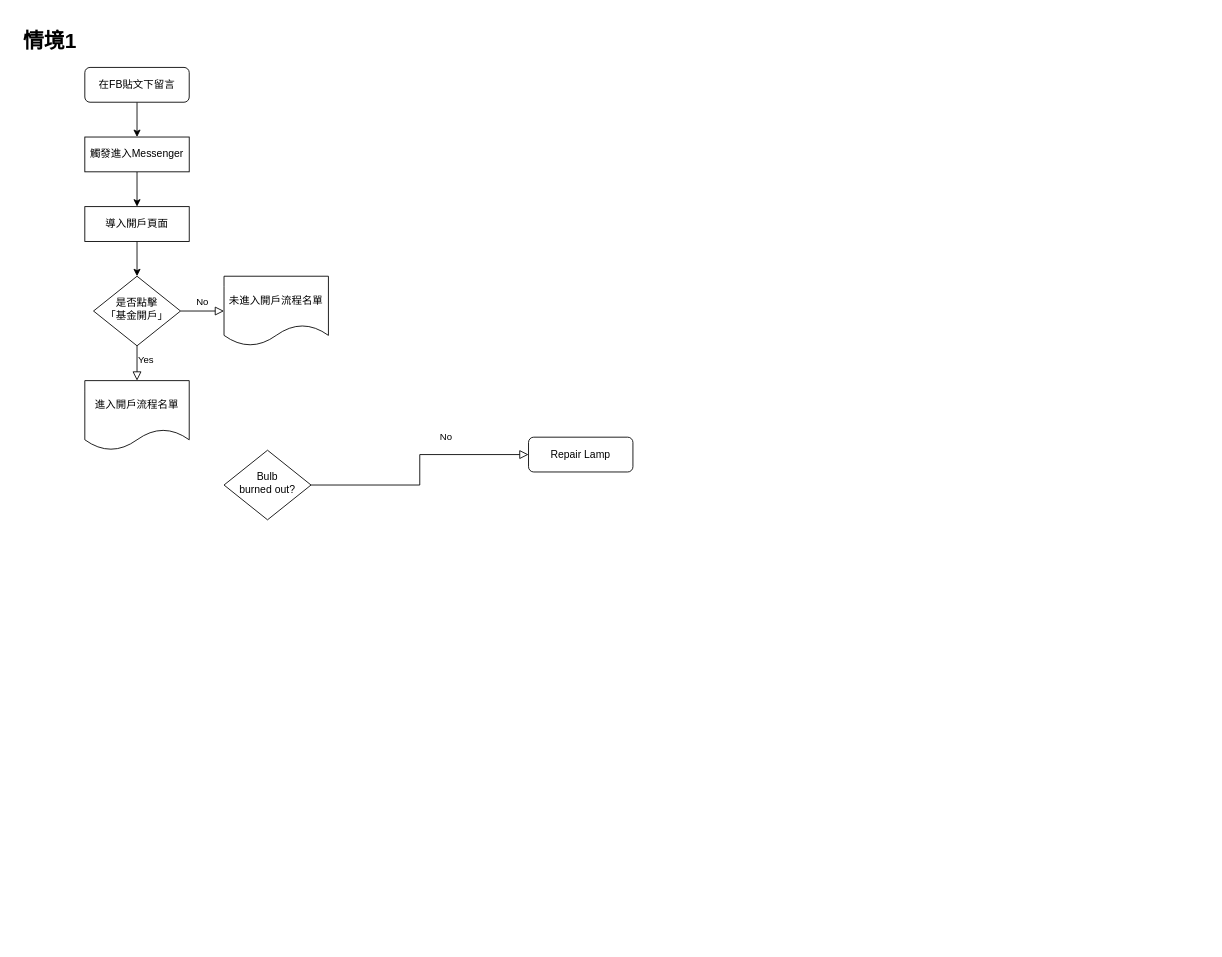
julie-b05302301/diagram.io keeps this draw.io diagram as 富蘭克林專案_顧客旅程圖.drawio. Above is the earlier version. Source tidied: cells renumbered, new cells numbered last; positions are measured from the earlier drawing's top-left corner, leaving out a move shared by most shapes. Both pictures are drawn from the tidied source at 87%, with x=0, y=0 at pixel (15, 23).
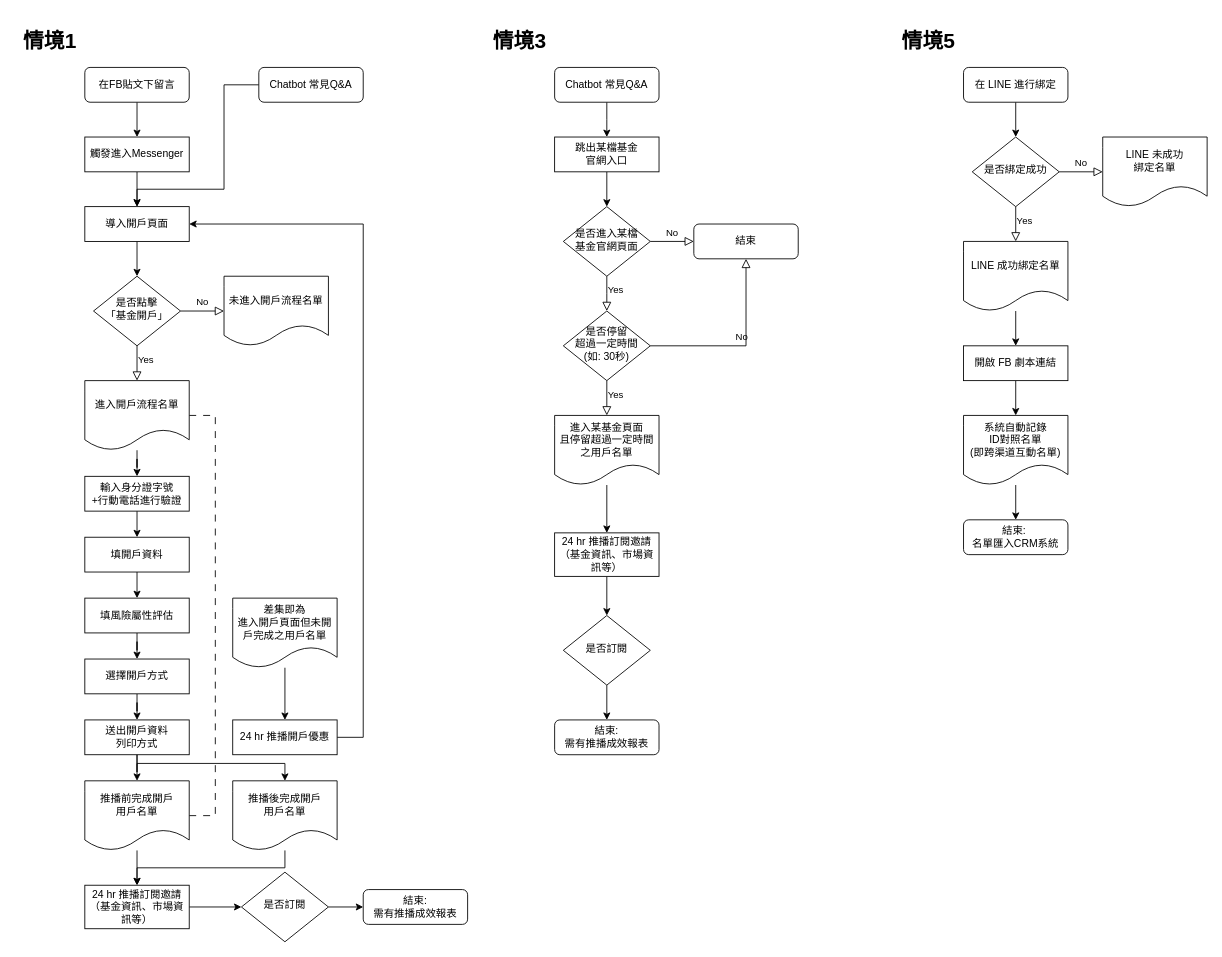
The same diagram, later.

Commit message (it also covers changes not shown here):
更新富蘭克林專案_顧客旅程圖.drawio

Unchanged cells that the change refers to:
```xml
<mxCell id="12" value="導入開戶頁面" style="rounded=0;whiteSpace=wrap;html=1;" parent="1" vertex="1">
  <mxGeometry x="80" y="210" width="120" height="40" as="geometry" />
</mxCell>
<mxCell id="16" value="進入開戶流程名單" style="shape=document;whiteSpace=wrap;html=1;boundedLbl=1;" parent="1" vertex="1">
  <mxGeometry x="80" y="410" width="120" height="80" as="geometry" />
</mxCell>
```

What changed in the source:
```diff
@@
-    <mxCell id="5" value="No" style="rounded=0;html=1;jettySize=auto;fontSize=11;endArrow=block;endFill=0;endSize=8;strokeWidth=1;shadow=0;labelBackgroundColor=none;edgeStyle=orthogonalEdgeStyle;" parent="1" edge="1" source="7" target="8">
-      <mxGeometry x="0.33" y="20" relative="1" as="geometry" />
-    </mxCell>
@@
-    <mxCell id="7" value="Bulb&lt;br&gt;burned out?" style="rhombus;whiteSpace=wrap;html=1;shadow=0;fontFamily=Helvetica;fontSize=12;align=center;strokeWidth=1;spacing=6;spacingTop=-4;" parent="1" vertex="1">
-      <mxGeometry x="240" y="490" width="100" height="80" as="geometry" />
-    </mxCell>
-    <mxCell id="8" value="Repair Lamp" style="rounded=1;whiteSpace=wrap;html=1;fontSize=12;glass=0;strokeWidth=1;shadow=0;" parent="1" vertex="1">
-      <mxGeometry x="590" y="475" width="120" height="40" as="geometry" />
-    </mxCell>
@@
+    <mxCell id="17" style="edgeStyle=orthogonalEdgeStyle;rounded=0;jettySize=auto;html=1;entryX=0.5;entryY=0;entryDx=0;entryDy=0;" parent="1" edge="1" source="16" target="22">
+      <mxGeometry relative="1" as="geometry" />
+    </mxCell>
+    <mxCell id="18" style="edgeStyle=orthogonalEdgeStyle;rounded=0;jettySize=auto;html=1;entryX=1;entryY=0.5;entryDx=0;entryDy=0;dashed=1;dashPattern=8 8;endArrow=none;endFill=0;" parent="1" edge="1" source="16" target="32">
+      <mxGeometry relative="1" as="geometry">
+        <Array as="points">
+          <mxPoint x="230" y="450" />
+          <mxPoint x="230" y="910" />
+        </Array>
+      </mxGeometry>
+    </mxCell>
@@
+    <mxCell id="19" style="edgeStyle=orthogonalEdgeStyle;rounded=0;jettySize=auto;html=1;entryX=0.5;entryY=0;entryDx=0;entryDy=0;" parent="1" edge="1" source="20" target="12">
+      <mxGeometry relative="1" as="geometry">
+        <Array as="points">
+          <mxPoint x="240" y="70" />
+          <mxPoint x="240" y="190" />
+          <mxPoint x="140" y="190" />
+        </Array>
+      </mxGeometry>
+    </mxCell>
+    <mxCell id="20" value="Chatbot 常見Q&amp;amp;A" style="rounded=1;whiteSpace=wrap;html=1;fontSize=12;glass=0;strokeWidth=1;shadow=0;" parent="1" vertex="1">
+      <mxGeometry x="280" y="50" width="120" height="40" as="geometry" />
+    </mxCell>
+    <mxCell id="21" style="edgeStyle=orthogonalEdgeStyle;rounded=0;jettySize=auto;html=1;exitX=0.5;exitY=1;exitDx=0;exitDy=0;entryX=0.5;entryY=0;entryDx=0;entryDy=0;" parent="1" edge="1" source="22" target="24">
+      <mxGeometry relative="1" as="geometry" />
+    </mxCell>
+    <mxCell id="22" value="輸入身分證字號&lt;br&gt;+行動電話進行驗證" style="rounded=0;whiteSpace=wrap;html=1;" parent="1" vertex="1">
+      <mxGeometry x="80" y="520" width="120" height="40" as="geometry" />
+    </mxCell>
+    <mxCell id="23" style="edgeStyle=orthogonalEdgeStyle;rounded=0;jettySize=auto;html=1;exitX=0.5;exitY=1;exitDx=0;exitDy=0;entryX=0.5;entryY=0;entryDx=0;entryDy=0;" parent="1" edge="1" source="24" target="26">
+      <mxGeometry relative="1" as="geometry" />
+    </mxCell>
+    <mxCell id="24" value="填開戶資料" style="rounded=0;whiteSpace=wrap;html=1;" parent="1" vertex="1">
+      <mxGeometry x="80" y="590" width="120" height="40" as="geometry" />
+    </mxCell>
+    <mxCell id="25" style="edgeStyle=orthogonalEdgeStyle;rounded=0;jettySize=auto;html=1;exitX=0.5;exitY=1;exitDx=0;exitDy=0;" parent="1" edge="1" source="26" target="28">
+      <mxGeometry relative="1" as="geometry" />
+    </mxCell>
+    <mxCell id="26" value="填風險屬性評估" style="rounded=0;whiteSpace=wrap;html=1;" parent="1" vertex="1">
+      <mxGeometry x="80" y="660" width="120" height="40" as="geometry" />
+    </mxCell>
+    <mxCell id="27" style="edgeStyle=orthogonalEdgeStyle;rounded=0;jettySize=auto;html=1;entryX=0.5;entryY=0;entryDx=0;entryDy=0;" parent="1" edge="1" source="28" target="30">
+      <mxGeometry relative="1" as="geometry" />
+    </mxCell>
+    <mxCell id="28" value="選擇開戶方式" style="rounded=0;whiteSpace=wrap;html=1;" parent="1" vertex="1">
+      <mxGeometry x="80" y="730" width="120" height="40" as="geometry" />
+    </mxCell>
+    <mxCell id="29" style="edgeStyle=orthogonalEdgeStyle;rounded=0;jettySize=auto;html=1;" parent="1" edge="1" source="30" target="32">
+      <mxGeometry relative="1" as="geometry" />
+    </mxCell>
+    <mxCell id="30" value="送出開戶資料&lt;br&gt;列印方式" style="rounded=0;whiteSpace=wrap;html=1;" parent="1" vertex="1">
+      <mxGeometry x="80" y="800" width="120" height="40" as="geometry" />
+    </mxCell>
+    <mxCell id="31" style="edgeStyle=orthogonalEdgeStyle;rounded=0;jettySize=auto;html=1;startArrow=none;startFill=0;endArrow=classic;endFill=1;" parent="1" edge="1" source="32" target="53">
+      <mxGeometry relative="1" as="geometry" />
+    </mxCell>
+    <mxCell id="32" value="推播前完成開戶&lt;br&gt;用戶名單" style="shape=document;whiteSpace=wrap;html=1;boundedLbl=1;" parent="1" vertex="1">
+      <mxGeometry x="80" y="870" width="120" height="80" as="geometry" />
+    </mxCell>
+    <mxCell id="33" value="&lt;h1&gt;情境3&lt;/h1&gt;" style="text;html=1;strokeColor=none;fillColor=none;spacing=5;spacingTop=-20;whiteSpace=wrap;overflow=hidden;rounded=0;align=center;" parent="1" vertex="1">
+      <mxGeometry x="540" width="80" height="40" as="geometry" />
+    </mxCell>
+    <mxCell id="34" style="edgeStyle=orthogonalEdgeStyle;rounded=0;jettySize=auto;html=1;endArrow=classic;endFill=1;startArrow=none;startFill=0;" parent="1" edge="1" source="35">
+      <mxGeometry relative="1" as="geometry">
+        <mxPoint x="680" y="130" as="targetPoint" />
+      </mxGeometry>
+    </mxCell>
+    <mxCell id="35" value="Chatbot 常見Q&amp;amp;A" style="rounded=1;whiteSpace=wrap;html=1;fontSize=12;glass=0;strokeWidth=1;shadow=0;" parent="1" vertex="1">
+      <mxGeometry x="620" y="50" width="120" height="40" as="geometry" />
+    </mxCell>
+    <mxCell id="36" style="edgeStyle=orthogonalEdgeStyle;rounded=0;jettySize=auto;html=1;startArrow=none;startFill=0;endArrow=classic;endFill=1;" parent="1" edge="1" source="37" target="38">
+      <mxGeometry relative="1" as="geometry" />
+    </mxCell>
+    <mxCell id="37" value="跳出某檔基金&lt;br&gt;官網入口" style="rounded=0;whiteSpace=wrap;html=1;" parent="1" vertex="1">
+      <mxGeometry x="620" y="130" width="120" height="40" as="geometry" />
+    </mxCell>
+    <mxCell id="38" value="是否進入某檔&lt;br&gt;基金官網頁面" style="rhombus;whiteSpace=wrap;html=1;shadow=0;fontFamily=Helvetica;fontSize=12;align=center;strokeWidth=1;spacing=6;spacingTop=-4;" parent="1" vertex="1">
+      <mxGeometry x="630" y="210" width="100" height="80" as="geometry" />
+    </mxCell>
+    <mxCell id="39" value="是否停留&lt;br&gt;超過一定時間&lt;br&gt;(如: 30秒)" style="rhombus;whiteSpace=wrap;html=1;shadow=0;fontFamily=Helvetica;fontSize=12;align=center;strokeWidth=1;spacing=6;spacingTop=-4;" parent="1" vertex="1">
+      <mxGeometry x="630" y="330" width="100" height="80" as="geometry" />
+    </mxCell>
+    <mxCell id="40" value="Yes" style="edgeStyle=orthogonalEdgeStyle;rounded=0;html=1;jettySize=auto;fontSize=11;endArrow=block;endFill=0;endSize=8;strokeWidth=1;shadow=0;labelBackgroundColor=none;exitX=0.5;exitY=1;exitDx=0;exitDy=0;" parent="1" edge="1" source="38">
+      <mxGeometry x="-0.2" y="10" relative="1" as="geometry">
+        <mxPoint x="680" y="330" as="targetPoint" />
+      </mxGeometry>
+    </mxCell>
+    <mxCell id="41" value="No" style="edgeStyle=orthogonalEdgeStyle;rounded=0;html=1;jettySize=auto;fontSize=11;endArrow=block;endFill=0;endSize=8;strokeWidth=1;shadow=0;labelBackgroundColor=none;exitX=1;exitY=0.5;exitDx=0;exitDy=0;entryX=0;entryY=0.5;entryDx=0;entryDy=0;" parent="1" edge="1" source="38" target="42">
+      <mxGeometry y="10" relative="1" as="geometry" />
+    </mxCell>
+    <mxCell id="42" value="結束" style="rounded=1;whiteSpace=wrap;html=1;fontSize=12;glass=0;strokeWidth=1;shadow=0;" parent="1" vertex="1">
+      <mxGeometry x="780" y="230" width="120" height="40" as="geometry" />
+    </mxCell>
+    <mxCell id="43" value="Yes" style="edgeStyle=orthogonalEdgeStyle;rounded=0;html=1;jettySize=auto;fontSize=11;endArrow=block;endFill=0;endSize=8;strokeWidth=1;shadow=0;labelBackgroundColor=none;exitX=0.5;exitY=1;exitDx=0;exitDy=0;entryX=0.5;entryY=0;entryDx=0;entryDy=0;" parent="1" edge="1" source="39" target="46">
+      <mxGeometry x="-0.2" y="10" relative="1" as="geometry" />
+    </mxCell>
+    <mxCell id="44" value="No" style="edgeStyle=orthogonalEdgeStyle;rounded=0;html=1;jettySize=auto;fontSize=11;endArrow=block;endFill=0;endSize=8;strokeWidth=1;shadow=0;labelBackgroundColor=none;entryX=0.5;entryY=1;entryDx=0;entryDy=0;" parent="1" edge="1" source="39" target="42">
+      <mxGeometry y="10" relative="1" as="geometry" />
+    </mxCell>
+    <mxCell id="45" style="edgeStyle=orthogonalEdgeStyle;rounded=0;jettySize=auto;html=1;startArrow=none;startFill=0;endArrow=classic;endFill=1;" parent="1" edge="1" source="46" target="56">
+      <mxGeometry relative="1" as="geometry" />
+    </mxCell>
+    <mxCell id="46" value="進入某基金頁面&lt;br&gt;且停留超過一定時間&lt;br&gt;之用戶名單" style="shape=document;whiteSpace=wrap;html=1;boundedLbl=1;" parent="1" vertex="1">
+      <mxGeometry x="620" y="450" width="120" height="80" as="geometry" />
+    </mxCell>
+    <mxCell id="47" style="edgeStyle=orthogonalEdgeStyle;rounded=0;jettySize=auto;html=1;startArrow=none;startFill=0;endArrow=classic;endFill=1;" parent="1" edge="1" source="48" target="51">
+      <mxGeometry relative="1" as="geometry" />
+    </mxCell>
+    <mxCell id="48" value="差集即為&lt;br&gt;進入開戶頁面但未開戶完成之用戶名單" style="shape=document;whiteSpace=wrap;html=1;boundedLbl=1;" parent="1" vertex="1">
+      <mxGeometry x="250" y="660" width="120" height="80" as="geometry" />
+    </mxCell>
+    <mxCell id="49" style="edgeStyle=orthogonalEdgeStyle;rounded=0;jettySize=auto;html=1;startArrow=none;startFill=0;endArrow=classic;endFill=1;" parent="1" edge="1" source="51" target="12">
+      <mxGeometry relative="1" as="geometry">
+        <Array as="points">
+          <mxPoint x="400" y="820" />
+          <mxPoint x="400" y="230" />
+        </Array>
+      </mxGeometry>
+    </mxCell>
+    <mxCell id="50" style="edgeStyle=orthogonalEdgeStyle;rounded=0;jettySize=auto;html=1;startArrow=none;startFill=0;endArrow=classic;endFill=1;" parent="1" edge="1" source="30" target="75">
+      <mxGeometry relative="1" as="geometry">
+        <Array as="points">
+          <mxPoint x="140" y="850" />
+          <mxPoint x="310" y="850" />
+        </Array>
+      </mxGeometry>
+    </mxCell>
+    <mxCell id="51" value="24 hr 推播開戶優惠" style="rounded=0;whiteSpace=wrap;html=1;" parent="1" vertex="1">
+      <mxGeometry x="250" y="800" width="120" height="40" as="geometry" />
+    </mxCell>
+    <mxCell id="52" style="edgeStyle=orthogonalEdgeStyle;rounded=0;jettySize=auto;html=1;startArrow=none;startFill=0;endArrow=classic;endFill=1;" parent="1" edge="1" source="53" target="73">
+      <mxGeometry relative="1" as="geometry" />
+    </mxCell>
+    <mxCell id="53" value="24 hr 推播訂閱邀請（基金資訊、市場資訊等）" style="rounded=0;whiteSpace=wrap;html=1;" parent="1" vertex="1">
+      <mxGeometry x="80" y="990" width="120" height="50" as="geometry" />
+    </mxCell>
+    <mxCell id="54" value="結束: &lt;br&gt;需有推播成效報表" style="rounded=1;whiteSpace=wrap;html=1;fontSize=12;glass=0;strokeWidth=1;shadow=0;" parent="1" vertex="1">
+      <mxGeometry x="400" y="995" width="120" height="40" as="geometry" />
+    </mxCell>
+    <mxCell id="55" style="edgeStyle=orthogonalEdgeStyle;rounded=0;jettySize=auto;html=1;startArrow=none;startFill=0;endArrow=classic;endFill=1;" parent="1" edge="1" source="56" target="77">
+      <mxGeometry relative="1" as="geometry" />
+    </mxCell>
+    <mxCell id="56" value="24 hr 推播訂閱邀請（基金資訊、市場資訊等）" style="rounded=0;whiteSpace=wrap;html=1;" parent="1" vertex="1">
+      <mxGeometry x="620" y="585" width="120" height="50" as="geometry" />
+    </mxCell>
+    <mxCell id="57" value="結束: &lt;br&gt;需有推播成效報表" style="rounded=1;whiteSpace=wrap;html=1;fontSize=12;glass=0;strokeWidth=1;shadow=0;" parent="1" vertex="1">
+      <mxGeometry x="620" y="800" width="120" height="40" as="geometry" />
+    </mxCell>
+    <mxCell id="58" value="&lt;h1&gt;情境5&lt;/h1&gt;" style="text;html=1;strokeColor=none;fillColor=none;spacing=5;spacingTop=-20;whiteSpace=wrap;overflow=hidden;rounded=0;align=center;" parent="1" vertex="1">
+      <mxGeometry x="1010" width="80" height="40" as="geometry" />
+    </mxCell>
+    <mxCell id="59" style="edgeStyle=orthogonalEdgeStyle;rounded=0;jettySize=auto;html=1;startArrow=none;startFill=0;endArrow=classic;endFill=1;entryX=0.5;entryY=0;entryDx=0;entryDy=0;" parent="1" edge="1" source="60" target="65">
+      <mxGeometry relative="1" as="geometry" />
+    </mxCell>
+    <mxCell id="60" value="在 LINE 進行綁定" style="rounded=1;whiteSpace=wrap;html=1;fontSize=12;glass=0;strokeWidth=1;shadow=0;" parent="1" vertex="1">
+      <mxGeometry x="1090" y="50" width="120" height="40" as="geometry" />
+    </mxCell>
+    <mxCell id="61" style="edgeStyle=orthogonalEdgeStyle;rounded=0;jettySize=auto;html=1;startArrow=none;startFill=0;endArrow=classic;endFill=1;" parent="1" edge="1" source="62" target="64">
+      <mxGeometry relative="1" as="geometry" />
+    </mxCell>
+    <mxCell id="62" value="開啟 FB 劇本連結" style="rounded=0;whiteSpace=wrap;html=1;" parent="1" vertex="1">
+      <mxGeometry x="1090" y="370" width="120" height="40" as="geometry" />
+    </mxCell>
+    <mxCell id="63" style="edgeStyle=orthogonalEdgeStyle;rounded=0;jettySize=auto;html=1;startArrow=none;startFill=0;endArrow=classic;endFill=1;" parent="1" edge="1" source="64" target="70">
+      <mxGeometry relative="1" as="geometry" />
+    </mxCell>
+    <mxCell id="64" value="系統自動記錄&lt;br&gt;ID對照名單&lt;br&gt;(即跨渠道互動名單)" style="shape=document;whiteSpace=wrap;html=1;boundedLbl=1;" parent="1" vertex="1">
+      <mxGeometry x="1090" y="450" width="120" height="80" as="geometry" />
+    </mxCell>
+    <mxCell id="65" value="是否綁定成功" style="rhombus;whiteSpace=wrap;html=1;shadow=0;fontFamily=Helvetica;fontSize=12;align=center;strokeWidth=1;spacing=6;spacingTop=-4;" parent="1" vertex="1">
+      <mxGeometry x="1100" y="130" width="100" height="80" as="geometry" />
+    </mxCell>
+    <mxCell id="66" style="edgeStyle=orthogonalEdgeStyle;rounded=0;jettySize=auto;html=1;startArrow=none;startFill=0;endArrow=classic;endFill=1;" parent="1" edge="1" source="67" target="62">
+      <mxGeometry relative="1" as="geometry" />
+    </mxCell>
+    <mxCell id="67" value="LINE 成功綁定名單" style="shape=document;whiteSpace=wrap;html=1;boundedLbl=1;" parent="1" vertex="1">
+      <mxGeometry x="1090" y="250" width="120" height="80" as="geometry" />
+    </mxCell>
+    <mxCell id="68" value="Yes" style="edgeStyle=orthogonalEdgeStyle;rounded=0;html=1;jettySize=auto;fontSize=11;endArrow=block;endFill=0;endSize=8;strokeWidth=1;shadow=0;labelBackgroundColor=none;exitX=0.5;exitY=1;exitDx=0;exitDy=0;entryX=0.5;entryY=0;entryDx=0;entryDy=0;" parent="1" edge="1" source="65" target="67">
+      <mxGeometry x="-0.2" y="10" relative="1" as="geometry" />
+    </mxCell>
+    <mxCell id="69" value="No" style="edgeStyle=orthogonalEdgeStyle;rounded=0;html=1;jettySize=auto;fontSize=11;endArrow=block;endFill=0;endSize=8;strokeWidth=1;shadow=0;labelBackgroundColor=none;exitX=1;exitY=0.5;exitDx=0;exitDy=0;entryX=0;entryY=0.5;entryDx=0;entryDy=0;" parent="1" edge="1" source="65" target="71">
+      <mxGeometry y="10" relative="1" as="geometry" />
+    </mxCell>
+    <mxCell id="70" value="結束:&amp;nbsp;&lt;br&gt;名單匯入CRM系統" style="rounded=1;whiteSpace=wrap;html=1;fontSize=12;glass=0;strokeWidth=1;shadow=0;" parent="1" vertex="1">
+      <mxGeometry x="1090" y="570" width="120" height="40" as="geometry" />
+    </mxCell>
+    <mxCell id="71" value="LINE 未成功&lt;br&gt;綁定名單" style="shape=document;whiteSpace=wrap;html=1;boundedLbl=1;" parent="1" vertex="1">
+      <mxGeometry x="1250" y="130" width="120" height="80" as="geometry" />
+    </mxCell>
+    <mxCell id="72" style="edgeStyle=orthogonalEdgeStyle;rounded=0;jettySize=auto;html=1;startArrow=none;startFill=0;endArrow=classic;endFill=1;" parent="1" edge="1" source="73" target="54">
+      <mxGeometry relative="1" as="geometry" />
+    </mxCell>
+    <mxCell id="73" value="是否訂閱" style="rhombus;whiteSpace=wrap;html=1;shadow=0;fontFamily=Helvetica;fontSize=12;align=center;strokeWidth=1;spacing=6;spacingTop=-4;" parent="1" vertex="1">
+      <mxGeometry x="260" y="975" width="100" height="80" as="geometry" />
+    </mxCell>
+    <mxCell id="74" style="edgeStyle=orthogonalEdgeStyle;rounded=0;jettySize=auto;html=1;entryX=0.5;entryY=0;entryDx=0;entryDy=0;startArrow=none;startFill=0;endArrow=classic;endFill=1;" parent="1" edge="1" source="75" target="53">
+      <mxGeometry relative="1" as="geometry">
+        <Array as="points">
+          <mxPoint x="310" y="970" />
+          <mxPoint x="140" y="970" />
+        </Array>
+      </mxGeometry>
+    </mxCell>
+    <mxCell id="75" value="推播後完成開戶&lt;br&gt;用戶名單" style="shape=document;whiteSpace=wrap;html=1;boundedLbl=1;" parent="1" vertex="1">
+      <mxGeometry x="250" y="870" width="120" height="80" as="geometry" />
+    </mxCell>
+    <mxCell id="76" style="edgeStyle=orthogonalEdgeStyle;rounded=0;jettySize=auto;html=1;startArrow=none;startFill=0;endArrow=classic;endFill=1;" parent="1" edge="1" source="77" target="57">
+      <mxGeometry relative="1" as="geometry" />
+    </mxCell>
+    <mxCell id="77" value="是否訂閱" style="rhombus;whiteSpace=wrap;html=1;shadow=0;fontFamily=Helvetica;fontSize=12;align=center;strokeWidth=1;spacing=6;spacingTop=-4;" parent="1" vertex="1">
+      <mxGeometry x="630" y="680" width="100" height="80" as="geometry" />
+    </mxCell>
```
